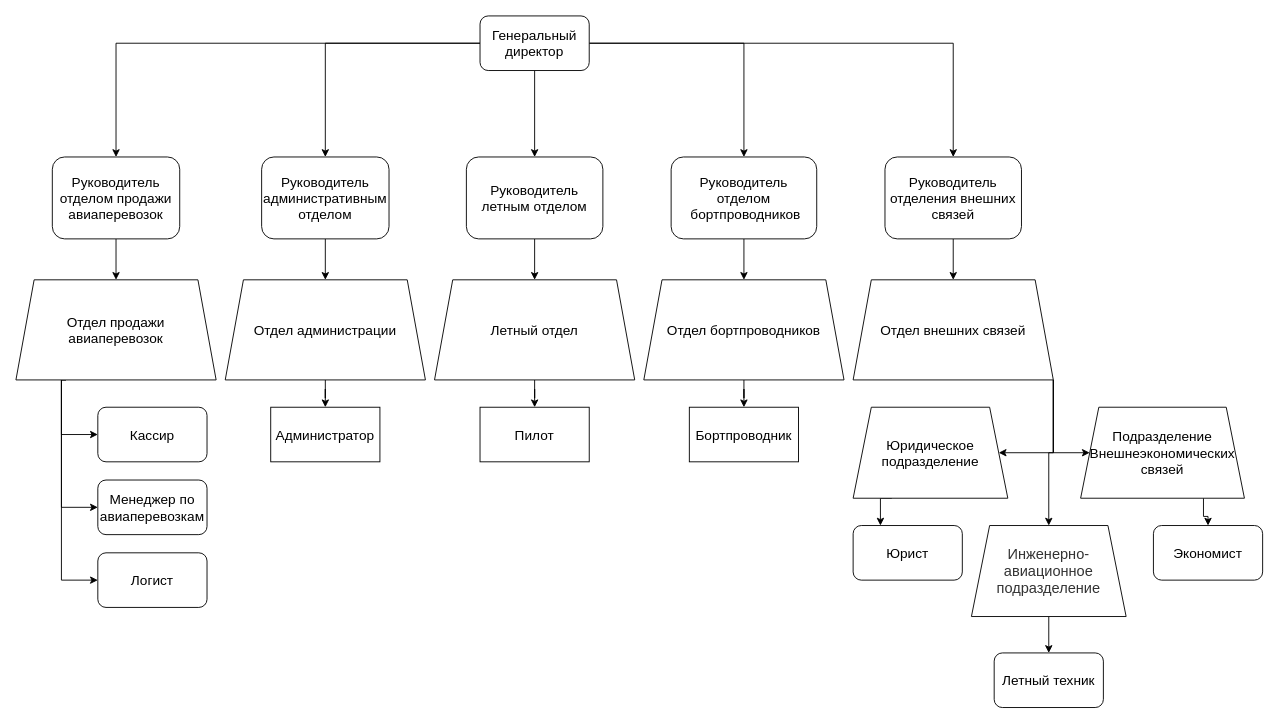
Above: fewfewefwem.drawio in 1DeMeNToR1/RocketModUpdater_32 (draw.io), before the change. Source tidied: cells renumbered, new cells numbered last; positions are measured from the earlier drawing's top-left corner, leaving out a move shared by most shapes. Both pictures are drawn from the tidied source at 91%, with x=0, y=0 at pixel (15, 15).
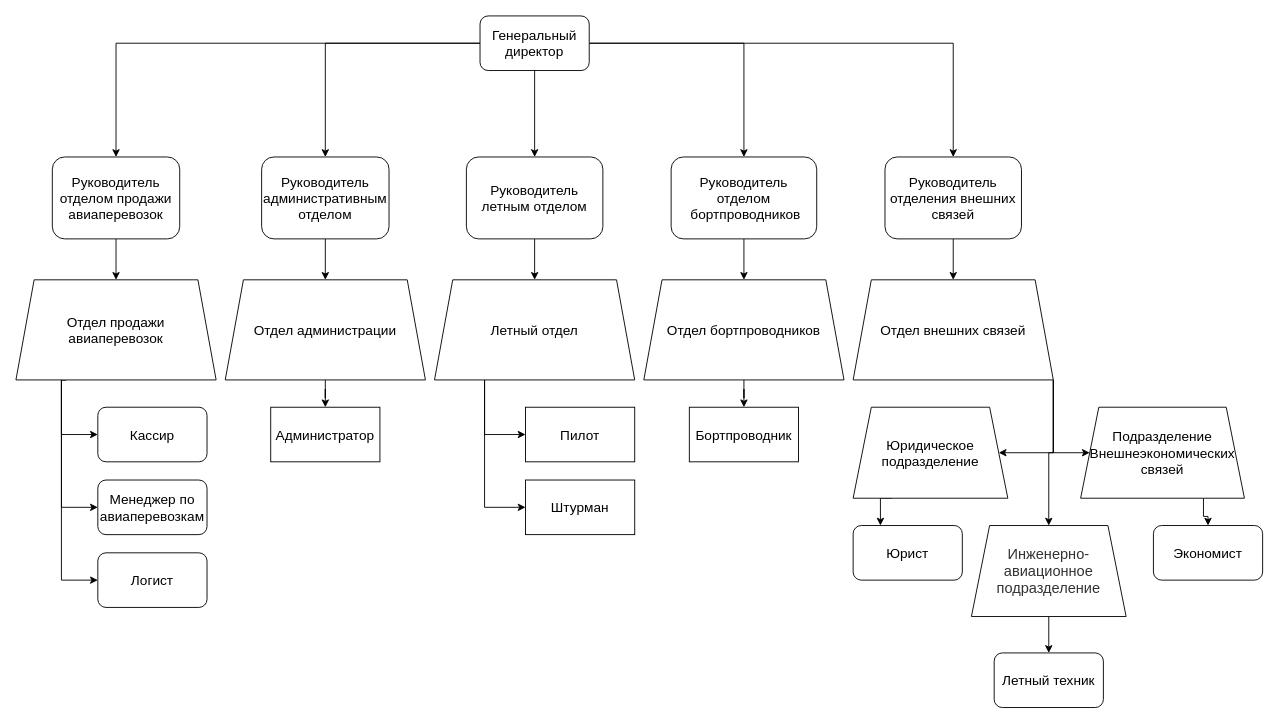
After the change.

Unchanged cells that the change refers to:
```xml
<mxCell id="23" value="&lt;span style=&quot;&quot;&gt;Летный отдел&lt;br&gt;&lt;/span&gt;" style="shape=trapezoid;perimeter=trapezoidPerimeter;whiteSpace=wrap;html=1;fixedSize=1;fontSize=15;" parent="1" vertex="1">
  <mxGeometry x="460" y="290" width="220" height="110" as="geometry" />
</mxCell>
```

The edit, as a diff of the source:
```diff
@@
-    <mxCell id="22" style="edgeStyle=orthogonalEdgeStyle;rounded=0;jettySize=auto;html=1;fontSize=15;" parent="1" edge="1" source="23" target="28">
+    <mxCell id="22" style="edgeStyle=orthogonalEdgeStyle;rounded=0;jettySize=auto;html=1;exitX=0.25;exitY=1;exitDx=0;exitDy=0;entryX=0;entryY=0.5;entryDx=0;entryDy=0;fontSize=15;" parent="1" edge="1" source="23" target="28">
       <mxGeometry relative="1" as="geometry" />
     </mxCell>
+    <mxCell id="47" style="edgeStyle=orthogonalEdgeStyle;rounded=0;jettySize=auto;html=1;exitX=0.25;exitY=1;exitDx=0;exitDy=0;entryX=0;entryY=0.5;entryDx=0;entryDy=0;fontSize=15;" parent="1" edge="1" source="23" target="48">
+      <mxGeometry relative="1" as="geometry" />
+    </mxCell>
@@
     <mxCell id="28" value="Пилот" style="rounded=0;whiteSpace=wrap;html=1;fontSize=15;" parent="1" vertex="1">
-      <mxGeometry x="510" y="430" width="120" height="60" as="geometry" />
+      <mxGeometry x="560" y="430" width="120" height="60" as="geometry" />
     </mxCell>
@@
+    <mxCell id="48" value="Штурман" style="rounded=0;whiteSpace=wrap;html=1;fontSize=15;" parent="1" vertex="1">
+      <mxGeometry x="560" y="510" width="120" height="60" as="geometry" />
+    </mxCell>
```
